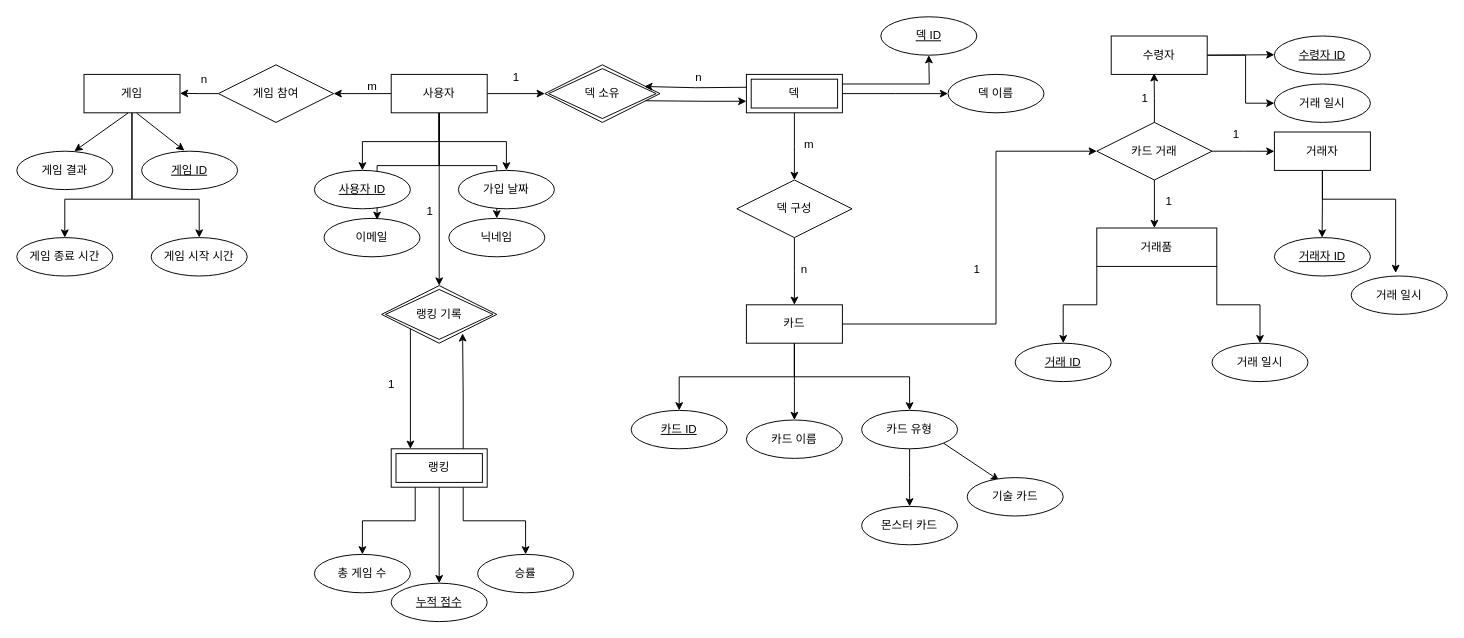
This is 제목 없는 다이어그램.drawio from Debillman/make-a-game, a draw.io file, before an edit. Source tidied: cells renumbered, new cells numbered last; positions are measured from the earlier drawing's top-left corner, leaving out a move shared by most shapes. Both pictures are drawn from the tidied source at 96%, with x=0, y=0 at pixel (16, 16).
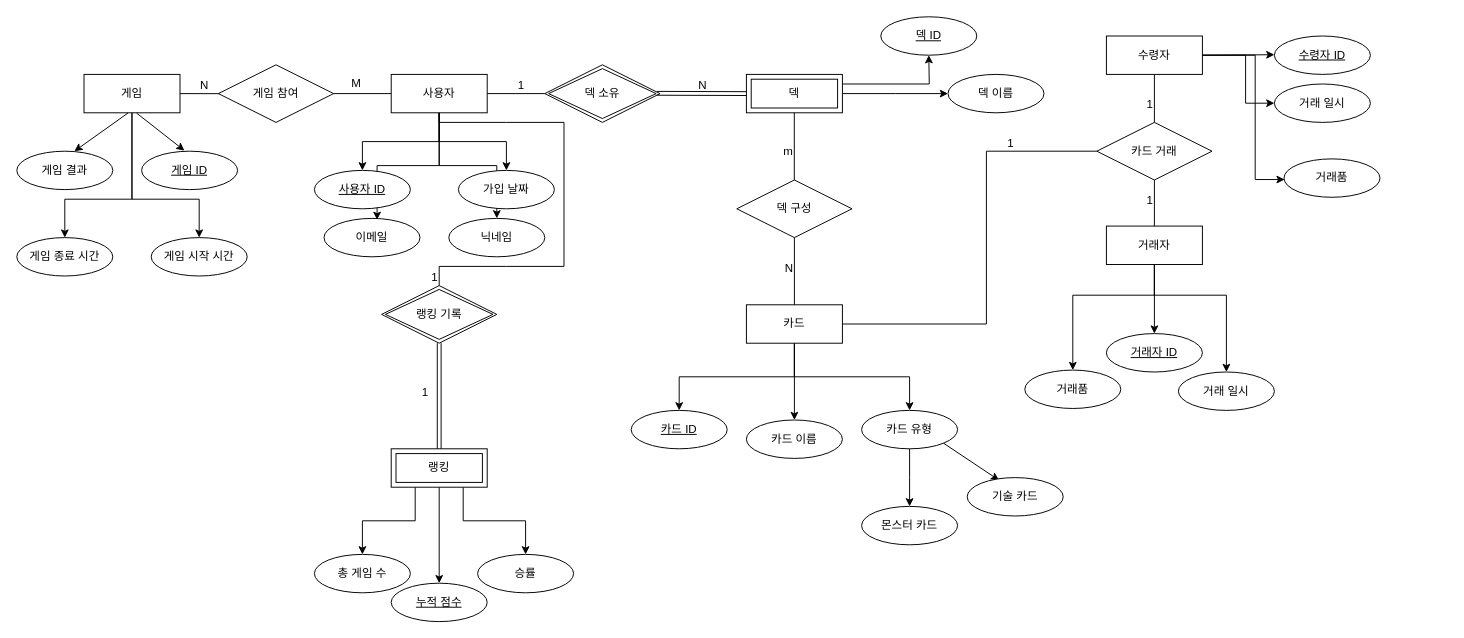
After the change.

Commit message (it also covers changes not shown here):
제목 없는 다이어그램.drawio 업데이트

Unchanged cells that the change refers to:
```xml
<mxCell id="9" value="사용자" style="whiteSpace=wrap;html=1;align=center;" parent="1" vertex="1">
  <mxGeometry x="390" y="60" width="100" height="40" as="geometry" />
</mxCell>
<mxCell id="11" value="게임 참여" style="shape=rhombus;perimeter=rhombusPerimeter;whiteSpace=wrap;html=1;align=center;" parent="1" vertex="1">
  <mxGeometry x="210" y="50" width="120" height="60" as="geometry" />
</mxCell>
<mxCell id="13" value="게임" style="whiteSpace=wrap;html=1;align=center;" parent="1" vertex="1">
  <mxGeometry x="70" y="60" width="100" height="40" as="geometry" />
</mxCell>
<mxCell id="20" value="게임 시작 시간" style="ellipse;whiteSpace=wrap;html=1;align=center;" parent="1" vertex="1">
  <mxGeometry x="140" y="230" width="100" height="40" as="geometry" />
</mxCell>
<mxCell id="23" value="덱 소유" style="shape=rhombus;double=1;perimeter=rhombusPerimeter;whiteSpace=wrap;html=1;align=center;" parent="1" vertex="1">
  <mxGeometry x="550" y="50" width="120" height="60" as="geometry" />
</mxCell>
<mxCell id="27" value="덱" style="shape=ext;margin=3;double=1;whiteSpace=wrap;html=1;align=center;" parent="1" vertex="1">
  <mxGeometry x="760" y="60" width="100" height="40" as="geometry" />
</mxCell>
<mxCell id="33" value="덱 구성" style="shape=rhombus;perimeter=rhombusPerimeter;whiteSpace=wrap;html=1;align=center;" parent="1" vertex="1">
  <mxGeometry x="750" y="170" width="120" height="60" as="geometry" />
</mxCell>
<mxCell id="37" value="카드" style="whiteSpace=wrap;html=1;align=center;" parent="1" vertex="1">
  <mxGeometry x="760" y="300" width="100" height="40" as="geometry" />
</mxCell>
<mxCell id="44" value="랭킹 기록" style="shape=rhombus;whiteSpace=wrap;html=1;align=center;double=1;perimeter=rhombusPerimeter;" parent="1" vertex="1">
  <mxGeometry x="380" y="280" width="120" height="60" as="geometry" />
</mxCell>
<mxCell id="57" value="랭킹" style="whiteSpace=wrap;html=1;align=center;shape=ext;margin=3;double=1;" parent="1" vertex="1">
  <mxGeometry x="390" y="450" width="100" height="40" as="geometry" />
</mxCell>
<mxCell id="72" value="카드 거래" style="shape=rhombus;perimeter=rhombusPerimeter;whiteSpace=wrap;html=1;align=center;" parent="1" vertex="1">
  <mxGeometry x="1125" y="110" width="120" height="60" as="geometry" />
</mxCell>
```

What changed in the source:
```diff
@@
-    <mxCell id="2" style="edgeStyle=orthogonalEdgeStyle;rounded=0;jettySize=auto;html=1;exitX=0;exitY=0.5;exitDx=0;exitDy=0;entryX=1;entryY=0.5;entryDx=0;entryDy=0;" parent="1" edge="1" source="9" target="11">
-      <mxGeometry relative="1" as="geometry" />
-    </mxCell>
-    <mxCell id="3" style="edgeStyle=orthogonalEdgeStyle;rounded=0;jettySize=auto;html=1;exitX=1;exitY=0.5;exitDx=0;exitDy=0;" parent="1" edge="1" source="9" target="23">
-      <mxGeometry relative="1" as="geometry" />
-    </mxCell>
@@
-    <mxCell id="8" style="edgeStyle=orthogonalEdgeStyle;rounded=0;jettySize=auto;html=1;exitX=0.5;exitY=1;exitDx=0;exitDy=0;entryX=0.5;entryY=0;entryDx=0;entryDy=0;" parent="1" edge="1" source="9" target="44">
-      <mxGeometry relative="1" as="geometry" />
-    </mxCell>
@@
-    <mxCell id="10" style="edgeStyle=orthogonalEdgeStyle;rounded=0;jettySize=auto;html=1;exitX=0;exitY=0.5;exitDx=0;exitDy=0;" parent="1" edge="1" source="11">
-      <mxGeometry relative="1" as="geometry">
-        <mxPoint x="170" y="79.7" as="targetPoint" />
-      </mxGeometry>
-    </mxCell>
@@
-    <mxCell id="18" style="edgeStyle=orthogonalEdgeStyle;rounded=0;jettySize=auto;html=1;entryX=0.5;entryY=0;entryDx=0;entryDy=0;" parent="1" edge="1" target="20">
+    <mxCell id="18" style="edgeStyle=orthogonalEdgeStyle;rounded=0;jettySize=auto;html=1;entryX=0.5;entryY=0;entryDx=0;entryDy=0;exitX=0.5;exitY=1;exitDx=0;exitDy=0;" parent="1" edge="1" source="13" target="20">
       <mxGeometry relative="1" as="geometry">
-        <mxPoint x="120" y="100" as="sourcePoint" />
         <Array as="points">
           <mxPoint x="120" y="190" />
           <mxPoint x="190" y="190" />
         </Array>
       </mxGeometry>
     </mxCell>
@@
-    <mxCell id="21" value="m" style="text;html=1;align=center;verticalAlign=middle;strokeColor=none;fillColor=none;" parent="1" vertex="1">
-      <mxGeometry x="355" y="58" width="30" height="30" as="geometry" />
-    </mxCell>
-    <mxCell id="22" value="n" style="text;html=1;align=center;verticalAlign=middle;strokeColor=none;fillColor=none;" parent="1" vertex="1">
-      <mxGeometry x="180" y="50" width="30" height="30" as="geometry" />
-    </mxCell>
@@
-    <mxCell id="24" style="edgeStyle=orthogonalEdgeStyle;rounded=0;jettySize=auto;html=1;exitX=0.5;exitY=1;exitDx=0;exitDy=0;" parent="1" edge="1" source="27">
-      <mxGeometry relative="1" as="geometry">
-        <mxPoint x="810" y="170" as="targetPoint" />
-      </mxGeometry>
-    </mxCell>
@@
-    <mxCell id="28" style="edgeStyle=orthogonalEdgeStyle;rounded=0;orthogonalLoop=1;jettySize=auto;html=1;exitX=0;exitY=0.25;exitDx=0;exitDy=0;entryX=0.863;entryY=0.319;entryDx=0;entryDy=0;entryPerimeter=0;" parent="1" edge="1">
-      <mxGeometry relative="1" as="geometry">
-        <mxPoint x="760" y="73.4" as="sourcePoint" />
-        <mxPoint x="653.6" y="72.6" as="targetPoint" />
-      </mxGeometry>
-    </mxCell>
-    <mxCell id="29" style="edgeStyle=orthogonalEdgeStyle;rounded=0;jettySize=auto;html=1;exitX=0.876;exitY=0.624;exitDx=0;exitDy=0;entryX=0;entryY=0.75;entryDx=0;entryDy=0;exitPerimeter=0;" parent="1" edge="1" source="23">
-      <mxGeometry relative="1" as="geometry">
-        <mxPoint x="760" y="88" as="targetPoint" />
-        <Array as="points">
-          <mxPoint x="715" y="87" />
-          <mxPoint x="760" y="87" />
-        </Array>
-      </mxGeometry>
-    </mxCell>
-    <mxCell id="30" value="1" style="text;html=1;align=center;verticalAlign=middle;strokeColor=none;fillColor=none;" parent="1" vertex="1">
-      <mxGeometry x="505" y="48" width="30" height="30" as="geometry" />
-    </mxCell>
-    <mxCell id="31" value="n" style="text;html=1;align=center;verticalAlign=middle;strokeColor=none;fillColor=none;" parent="1" vertex="1">
-      <mxGeometry x="695" y="48" width="30" height="30" as="geometry" />
-    </mxCell>
-    <mxCell id="32" style="edgeStyle=orthogonalEdgeStyle;rounded=0;jettySize=auto;html=1;exitX=0.5;exitY=1;exitDx=0;exitDy=0;" parent="1" edge="1" source="33">
-      <mxGeometry relative="1" as="geometry">
-        <mxPoint x="810" y="300" as="targetPoint" />
-      </mxGeometry>
-    </mxCell>
@@
-    <mxCell id="45" value="m" style="text;html=1;align=center;verticalAlign=middle;strokeColor=none;fillColor=none;" parent="1" vertex="1">
-      <mxGeometry x="810" y="118" width="30" height="30" as="geometry" />
-    </mxCell>
-    <mxCell id="46" value="n" style="text;html=1;align=center;verticalAlign=middle;strokeColor=none;fillColor=none;" parent="1" vertex="1">
-      <mxGeometry x="805" y="248" width="30" height="30" as="geometry" />
-    </mxCell>
@@
-    <mxCell id="58" style="edgeStyle=orthogonalEdgeStyle;rounded=0;jettySize=auto;html=1;exitX=0.75;exitY=0;exitDx=0;exitDy=0;entryX=0.703;entryY=0.829;entryDx=0;entryDy=0;entryPerimeter=0;" parent="1" edge="1" source="57" target="44">
-      <mxGeometry relative="1" as="geometry" />
-    </mxCell>
-    <mxCell id="59" style="edgeStyle=orthogonalEdgeStyle;rounded=0;jettySize=auto;html=1;exitX=0;exitY=1;exitDx=0;exitDy=0;" parent="1" edge="1" source="44">
-      <mxGeometry relative="1" as="geometry">
-        <mxPoint x="410" y="450" as="targetPoint" />
-      </mxGeometry>
-    </mxCell>
-    <mxCell id="60" value="1" style="text;html=1;align=center;verticalAlign=middle;strokeColor=none;fillColor=none;" parent="1" vertex="1">
-      <mxGeometry x="415" y="188" width="30" height="30" as="geometry" />
-    </mxCell>
-    <mxCell id="61" value="1" style="text;html=1;align=center;verticalAlign=middle;strokeColor=none;fillColor=none;" parent="1" vertex="1">
-      <mxGeometry x="375" y="368" width="30" height="30" as="geometry" />
-    </mxCell>
@@
-    <mxCell id="65" value="거래품" style="shape=label;whiteSpace=wrap;html=1;align=center;" parent="1" vertex="1">
-      <mxGeometry x="1125" y="220" width="125" height="40" as="geometry" />
-    </mxCell>
-    <mxCell id="66" style="edgeStyle=orthogonalEdgeStyle;rounded=0;jettySize=auto;html=1;exitX=0;exitY=1;exitDx=0;exitDy=0;" parent="1" edge="1" source="65" target="67">
-      <mxGeometry relative="1" as="geometry" />
-    </mxCell>
-    <mxCell id="67" value="거래 ID" style="whiteSpace=wrap;html=1;align=center;shape=ellipse;perimeter=ellipsePerimeter;fontStyle=4;" parent="1" vertex="1">
-      <mxGeometry x="1040" y="340" width="100" height="40" as="geometry" />
-    </mxCell>
-    <mxCell id="68" style="edgeStyle=orthogonalEdgeStyle;rounded=0;jettySize=auto;html=1;exitX=1;exitY=1;exitDx=0;exitDy=0;" parent="1" edge="1" source="65" target="69">
-      <mxGeometry relative="1" as="geometry" />
-    </mxCell>
-    <mxCell id="69" value="거래 일시" style="ellipse;whiteSpace=wrap;html=1;align=center;" parent="1" vertex="1">
-      <mxGeometry x="1245" y="340" width="100" height="40" as="geometry" />
-    </mxCell>
-    <mxCell id="70" style="edgeStyle=orthogonalEdgeStyle;rounded=0;jettySize=auto;html=1;exitX=1;exitY=0.5;exitDx=0;exitDy=0;entryX=0;entryY=0.5;entryDx=0;entryDy=0;" parent="1" edge="1" source="37" target="72">
-      <mxGeometry relative="1" as="geometry">
-        <Array as="points">
-          <mxPoint x="1020" y="320" />
-          <mxPoint x="1020" y="140" />
-        </Array>
-      </mxGeometry>
-    </mxCell>
-    <mxCell id="71" style="edgeStyle=orthogonalEdgeStyle;rounded=0;jettySize=auto;html=1;exitX=1;exitY=0.5;exitDx=0;exitDy=0;" parent="1" edge="1" source="72">
-      <mxGeometry relative="1" as="geometry">
-        <mxPoint x="1310" y="140.1" as="targetPoint" />
-      </mxGeometry>
-    </mxCell>
@@
-    <mxCell id="73" style="edgeStyle=orthogonalEdgeStyle;rounded=0;jettySize=auto;html=1;exitX=0.5;exitY=1;exitDx=0;exitDy=0;" parent="1" edge="1" source="75">
-      <mxGeometry relative="1" as="geometry">
-        <mxPoint x="1359.7" y="230" as="targetPoint" />
-      </mxGeometry>
-    </mxCell>
-    <mxCell id="74" style="edgeStyle=orthogonalEdgeStyle;rounded=0;jettySize=auto;html=1;exitX=0.5;exitY=1;exitDx=0;exitDy=0;entryX=0.463;entryY=-0.079;entryDx=0;entryDy=0;entryPerimeter=0;" parent="1" edge="1" source="75" target="84">
-      <mxGeometry relative="1" as="geometry">
-        <Array as="points">
-          <mxPoint x="1360" y="190" />
-          <mxPoint x="1436" y="190" />
-        </Array>
-      </mxGeometry>
-    </mxCell>
-    <mxCell id="75" value="거래자" style="whiteSpace=wrap;html=1;align=center;" parent="1" vertex="1">
-      <mxGeometry x="1310" y="120" width="100" height="40" as="geometry" />
-    </mxCell>
@@
     <mxCell id="78" value="수령자" style="whiteSpace=wrap;html=1;align=center;" parent="1" vertex="1">
-      <mxGeometry x="1140" y="20" width="100" height="40" as="geometry" />
+      <mxGeometry x="1135" y="20" width="100" height="40" as="geometry" />
     </mxCell>
-    <mxCell id="79" style="edgeStyle=orthogonalEdgeStyle;rounded=0;jettySize=auto;html=1;exitX=0.5;exitY=1;exitDx=0;exitDy=0;" parent="1" edge="1" source="72">
-      <mxGeometry relative="1" as="geometry">
-        <mxPoint x="1185" y="220" as="targetPoint" />
-      </mxGeometry>
-    </mxCell>
-    <mxCell id="80" style="edgeStyle=orthogonalEdgeStyle;rounded=0;jettySize=auto;html=1;exitX=0.5;exitY=0;exitDx=0;exitDy=0;entryX=0.447;entryY=0.97;entryDx=0;entryDy=0;entryPerimeter=0;" parent="1" edge="1" source="72" target="78">
-      <mxGeometry relative="1" as="geometry" />
-    </mxCell>
@@
+    <mxCell id="89" style="edgeStyle=orthogonalEdgeStyle;rounded=0;jettySize=auto;html=1;exitX=0.5;exitY=1;exitDx=0;exitDy=0;entryX=0.5;entryY=0;entryDx=0;entryDy=0;" parent="1" edge="1" source="75" target="83">
+      <mxGeometry relative="1" as="geometry" />
+    </mxCell>
+    <mxCell id="90" style="edgeStyle=orthogonalEdgeStyle;rounded=0;jettySize=auto;html=1;exitX=0.5;exitY=1;exitDx=0;exitDy=0;entryX=0.5;entryY=0;entryDx=0;entryDy=0;" parent="1" edge="1" source="75" target="91">
+      <mxGeometry relative="1" as="geometry">
+        <Array as="points">
+          <mxPoint x="1185" y="290" />
+          <mxPoint x="1260" y="290" />
+        </Array>
+      </mxGeometry>
+    </mxCell>
+    <mxCell id="75" value="거래자" style="whiteSpace=wrap;html=1;align=center;" parent="1" vertex="1">
+      <mxGeometry x="1135" y="218" width="100" height="40" as="geometry" />
+    </mxCell>
     <mxCell id="83" value="거래자 ID" style="ellipse;whiteSpace=wrap;html=1;align=center;fontStyle=4;" parent="1" vertex="1">
-      <mxGeometry x="1310" y="230" width="100" height="40" as="geometry" />
+      <mxGeometry x="1135" y="330" width="100" height="40" as="geometry" />
     </mxCell>
-    <mxCell id="84" value="거래 일시" style="ellipse;whiteSpace=wrap;html=1;align=center;" parent="1" vertex="1">
-      <mxGeometry x="1390" y="270" width="100" height="40" as="geometry" />
-    </mxCell>
-    <mxCell id="85" value="1" style="text;html=1;align=center;verticalAlign=middle;strokeColor=none;fillColor=none;" parent="1" vertex="1">
-      <mxGeometry x="985" y="248" width="30" height="30" as="geometry" />
-    </mxCell>
-    <mxCell id="86" value="1" style="text;html=1;align=center;verticalAlign=middle;strokeColor=none;fillColor=none;" parent="1" vertex="1">
-      <mxGeometry x="1160" y="70" width="30" height="30" as="geometry" />
-    </mxCell>
-    <mxCell id="87" value="1" style="text;html=1;align=center;verticalAlign=middle;strokeColor=none;fillColor=none;" parent="1" vertex="1">
-      <mxGeometry x="1255" y="108" width="30" height="30" as="geometry" />
-    </mxCell>
-    <mxCell id="88" value="1" style="text;html=1;align=center;verticalAlign=middle;strokeColor=none;fillColor=none;" parent="1" vertex="1">
-      <mxGeometry x="1185" y="178" width="30" height="30" as="geometry" />
-    </mxCell>
+    <mxCell id="91" value="거래 일시" style="ellipse;whiteSpace=wrap;html=1;align=center;" parent="1" vertex="1">
+      <mxGeometry x="1210" y="370" width="100" height="40" as="geometry" />
+    </mxCell>
+    <mxCell id="92" style="edgeStyle=orthogonalEdgeStyle;rounded=0;jettySize=auto;html=1;exitX=1;exitY=0.5;exitDx=0;exitDy=0;entryX=0.007;entryY=0.538;entryDx=0;entryDy=0;entryPerimeter=0;" parent="1" edge="1" source="78" target="93">
+      <mxGeometry relative="1" as="geometry">
+        <Array as="points">
+          <mxPoint x="1290" y="40" />
+          <mxPoint x="1290" y="170" />
+          <mxPoint x="1321" y="170" />
+        </Array>
+      </mxGeometry>
+    </mxCell>
+    <mxCell id="93" value="거래품" style="ellipse;whiteSpace=wrap;html=1;align=center;" parent="1" vertex="1">
+      <mxGeometry x="1320" y="148" width="100" height="40" as="geometry" />
+    </mxCell>
+    <mxCell id="94" style="edgeStyle=orthogonalEdgeStyle;rounded=0;jettySize=auto;html=1;exitX=0.5;exitY=1;exitDx=0;exitDy=0;entryX=0.5;entryY=0;entryDx=0;entryDy=0;" parent="1" edge="1" source="75" target="95">
+      <mxGeometry relative="1" as="geometry">
+        <Array as="points">
+          <mxPoint x="1185" y="290" />
+          <mxPoint x="1100" y="290" />
+        </Array>
+      </mxGeometry>
+    </mxCell>
+    <mxCell id="95" value="거래품" style="ellipse;whiteSpace=wrap;html=1;align=center;" parent="1" vertex="1">
+      <mxGeometry x="1050" y="368" width="100" height="40" as="geometry" />
+    </mxCell>
+    <mxCell id="96" style="shape=link;html=1;rounded=0;entryX=0.5;entryY=0;entryDx=0;entryDy=0;exitX=0.5;exitY=1;exitDx=0;exitDy=0;" parent="1" edge="1" source="44" target="57">
+      <mxGeometry relative="1" as="geometry" />
+    </mxCell>
+    <mxCell id="97" value="1" style="html=1;whiteSpace=wrap;align=right;verticalAlign=bottom;" parent="96" vertex="1">
+      <mxGeometry x="1" relative="1" as="geometry">
+        <mxPoint x="-10" y="-50" as="offset" />
+      </mxGeometry>
+    </mxCell>
+    <mxCell id="98" style="shape=link;html=1;rounded=0;exitX=0.972;exitY=0.495;exitDx=0;exitDy=0;exitPerimeter=0;entryX=0;entryY=0.5;entryDx=0;entryDy=0;" parent="1" edge="1" source="23" target="27">
+      <mxGeometry relative="1" as="geometry" />
+    </mxCell>
+    <mxCell id="99" value="N" style="html=1;whiteSpace=wrap;align=right;verticalAlign=bottom;" parent="98" vertex="1">
+      <mxGeometry x="1" relative="1" as="geometry">
+        <mxPoint x="-40" as="offset" />
+      </mxGeometry>
+    </mxCell>
+    <mxCell id="80" style="endArrow=none;html=1;rounded=0;entryX=0.5;entryY=1;entryDx=0;entryDy=0;exitX=0.5;exitY=0;exitDx=0;exitDy=0;" parent="1" edge="1" source="72" target="78">
+      <mxGeometry relative="1" as="geometry" />
+    </mxCell>
+    <mxCell id="100" value="1" style="html=1;whiteSpace=wrap;align=right;verticalAlign=bottom;" parent="80" vertex="1">
+      <mxGeometry x="1" relative="1" as="geometry">
+        <mxPoint y="40" as="offset" />
+      </mxGeometry>
+    </mxCell>
+    <mxCell id="101" style="endArrow=none;html=1;rounded=0;entryX=0.5;entryY=1;entryDx=0;entryDy=0;exitX=0.5;exitY=0;exitDx=0;exitDy=0;" parent="1" edge="1" source="75" target="72">
+      <mxGeometry relative="1" as="geometry" />
+    </mxCell>
+    <mxCell id="102" value="1" style="html=1;whiteSpace=wrap;align=right;verticalAlign=bottom;" parent="101" vertex="1">
+      <mxGeometry x="1" relative="1" as="geometry">
+        <mxPoint y="30" as="offset" />
+      </mxGeometry>
+    </mxCell>
+    <mxCell id="103" style="endArrow=none;html=1;rounded=0;entryX=0.008;entryY=0.501;entryDx=0;entryDy=0;exitX=1;exitY=0.5;exitDx=0;exitDy=0;entryPerimeter=0;" parent="1" edge="1" source="13" target="11">
+      <mxGeometry relative="1" as="geometry" />
+    </mxCell>
+    <mxCell id="104" value="N" style="html=1;whiteSpace=wrap;align=right;verticalAlign=bottom;" parent="103" vertex="1">
+      <mxGeometry x="1" relative="1" as="geometry">
+        <mxPoint x="-10" as="offset" />
+      </mxGeometry>
+    </mxCell>
+    <mxCell id="105" style="endArrow=none;html=1;rounded=0;entryX=0;entryY=0.5;entryDx=0;entryDy=0;exitX=1;exitY=0.5;exitDx=0;exitDy=0;" parent="1" edge="1" source="11" target="9">
+      <mxGeometry relative="1" as="geometry" />
+    </mxCell>
+    <mxCell id="106" value="M" style="html=1;whiteSpace=wrap;align=right;verticalAlign=bottom;" parent="105" vertex="1">
+      <mxGeometry x="1" relative="1" as="geometry">
+        <mxPoint x="-30" y="-2" as="offset" />
+      </mxGeometry>
+    </mxCell>
+    <mxCell id="3" style="endArrow=none;html=1;rounded=0;entryX=0;entryY=0.5;entryDx=0;entryDy=0;exitX=1;exitY=0.5;exitDx=0;exitDy=0;" parent="1" edge="1" source="9" target="23">
+      <mxGeometry relative="1" as="geometry" />
+    </mxCell>
+    <mxCell id="107" value="1" style="html=1;whiteSpace=wrap;align=right;verticalAlign=bottom;" parent="3" vertex="1">
+      <mxGeometry x="1" relative="1" as="geometry">
+        <mxPoint x="-20" as="offset" />
+      </mxGeometry>
+    </mxCell>
+    <mxCell id="8" style="endArrow=none;html=1;rounded=0;exitX=0.5;exitY=1;exitDx=0;exitDy=0;entryX=0.5;entryY=0;entryDx=0;entryDy=0;" parent="1" edge="1" source="9" target="44">
+      <mxGeometry relative="1" as="geometry">
+        <Array as="points">
+          <mxPoint x="440" y="110" />
+          <mxPoint x="510" y="110" />
+          <mxPoint x="570" y="110" />
+          <mxPoint x="570" y="260" />
+          <mxPoint x="510" y="260" />
+          <mxPoint x="440" y="260" />
+        </Array>
+      </mxGeometry>
+    </mxCell>
+    <mxCell id="108" value="1" style="html=1;whiteSpace=wrap;align=right;verticalAlign=bottom;" parent="8" vertex="1">
+      <mxGeometry x="1" relative="1" as="geometry" />
+    </mxCell>
+    <mxCell id="109" style="endArrow=none;html=1;rounded=0;exitX=0.5;exitY=1;exitDx=0;exitDy=0;entryX=0.5;entryY=0;entryDx=0;entryDy=0;" parent="1" edge="1" source="33" target="37">
+      <mxGeometry relative="1" as="geometry" />
+    </mxCell>
+    <mxCell id="110" value="N" style="html=1;whiteSpace=wrap;align=right;verticalAlign=bottom;" parent="109" vertex="1">
+      <mxGeometry x="1" relative="1" as="geometry">
+        <mxPoint y="-30" as="offset" />
+      </mxGeometry>
+    </mxCell>
+    <mxCell id="111" style="endArrow=none;html=1;rounded=0;exitX=0.5;exitY=1;exitDx=0;exitDy=0;entryX=0.5;entryY=0;entryDx=0;entryDy=0;" parent="1" edge="1">
+      <mxGeometry relative="1" as="geometry">
+        <mxPoint x="809.9" y="100" as="sourcePoint" />
+        <mxPoint x="809.9" y="170" as="targetPoint" />
+      </mxGeometry>
+    </mxCell>
+    <mxCell id="112" value="m" style="html=1;whiteSpace=wrap;align=right;verticalAlign=bottom;" parent="111" vertex="1">
+      <mxGeometry x="1" relative="1" as="geometry">
+        <mxPoint y="-22" as="offset" />
+      </mxGeometry>
+    </mxCell>
+    <mxCell id="70" style="endArrow=none;html=1;rounded=0;exitX=1;exitY=0.5;exitDx=0;exitDy=0;entryX=0;entryY=0.5;entryDx=0;entryDy=0;" parent="1" edge="1" source="37" target="72">
+      <mxGeometry relative="1" as="geometry">
+        <Array as="points">
+          <mxPoint x="1010" y="320" />
+          <mxPoint x="1010" y="140" />
+        </Array>
+      </mxGeometry>
+    </mxCell>
+    <mxCell id="113" value="1" style="html=1;whiteSpace=wrap;align=right;verticalAlign=bottom;" parent="70" vertex="1">
+      <mxGeometry x="1" relative="1" as="geometry">
+        <mxPoint x="-85" as="offset" />
+      </mxGeometry>
+    </mxCell>
```
